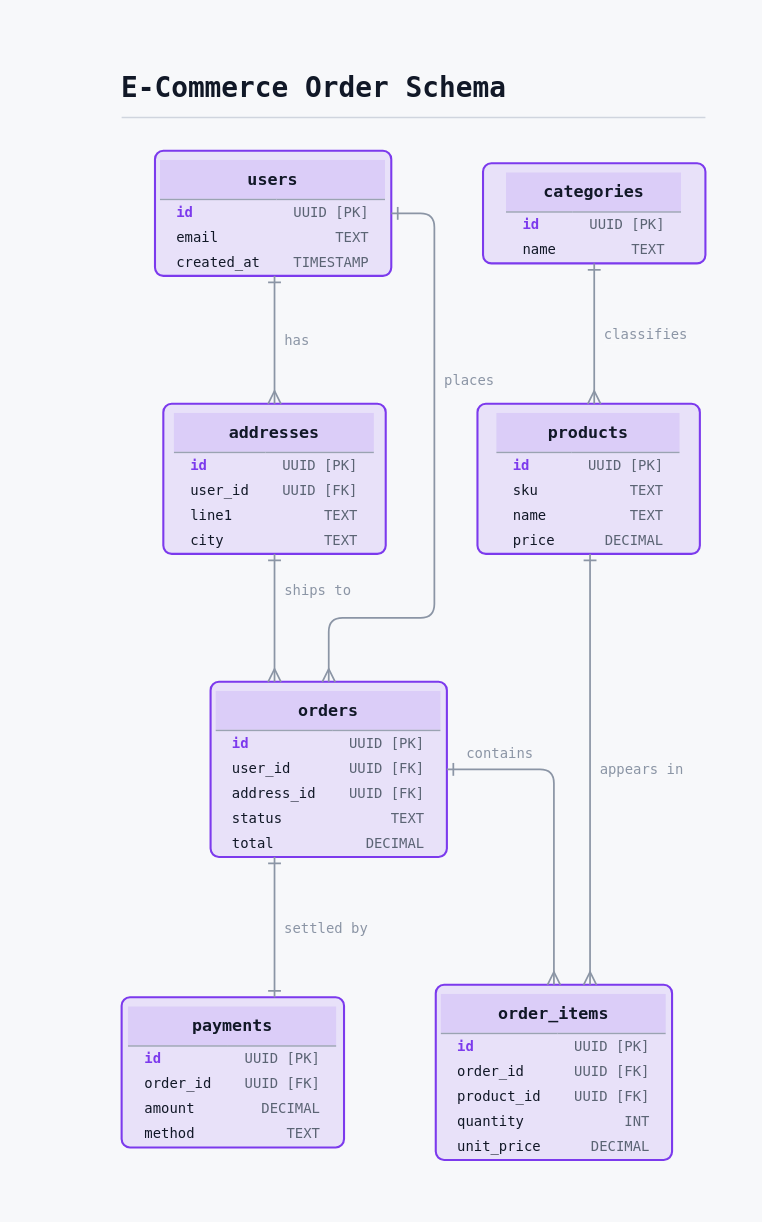
This is examples/ecommerce_erd/ecommerce_erd.drawio from rg12301/rdg, a draw.io file, before an edit. Source tidied: cells renumbered, new cells numbered last; positions are measured from the earlier drawing's top-left corner, leaving out a move shared by most shapes. Both pictures are drawn from the tidied source at 139%, with x=0, y=0 at pixel (88, 24).
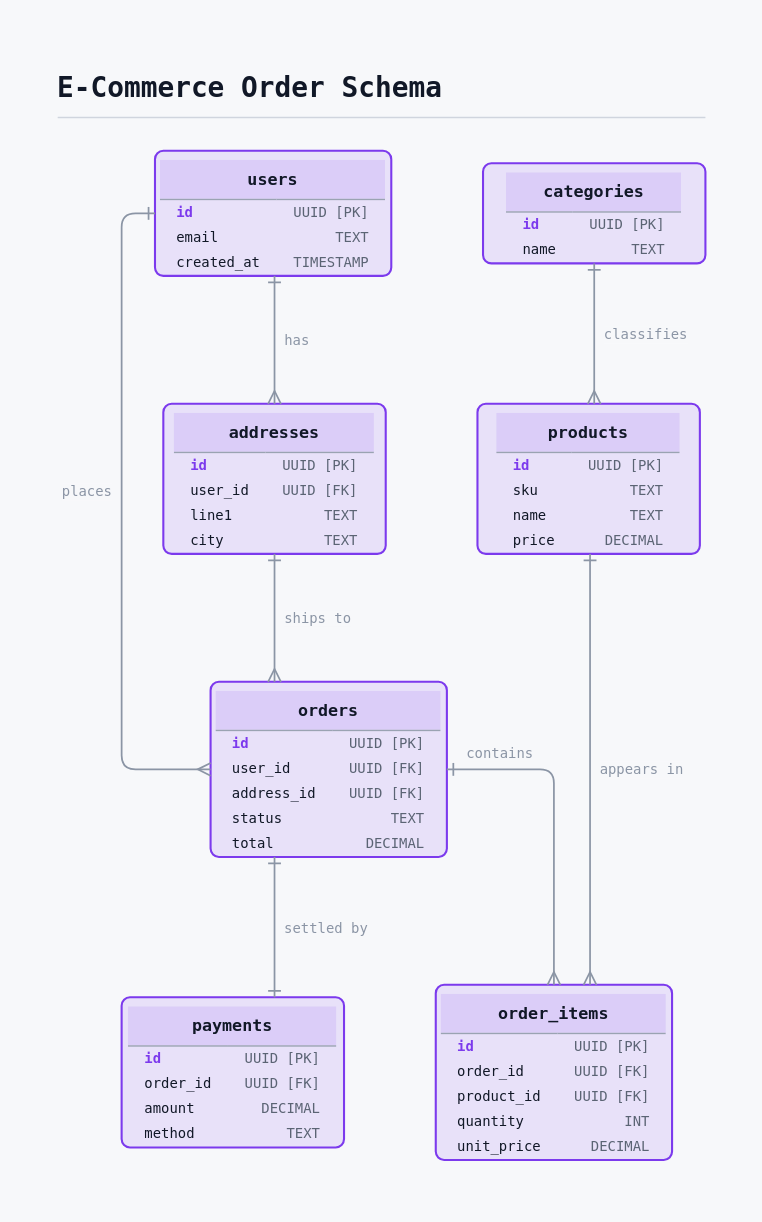
After the change.

The change refers to these unchanged cells:
```xml
<mxCell id="4" value="&lt;table style=&quot;width:100%;border-collapse:collapse;font-family:JetBrains Mono, ui-monospace, SFMono-Regular, Menlo, Consolas, monospace;line-height:1.35;&quot;&gt;&lt;tr style=&quot;background:rgba(124,58,237,0.120);&quot;&gt;&lt;td colspan=&quot;2&quot; style=&quot;padding:5.9px 12.0px;border-bottom:1px solid #9aa3b2;text-align:center;color:#111827;font-size:12px;&quot;&gt;&lt;b&gt;users&lt;/b&gt;&lt;/td&gt;&lt;/tr&gt;&lt;tr style=&quot;&quot;&gt;&lt;td  style=&quot;padding:2.2px 12.0px;text-align:left;font-family:JetBrains Mono, ui-monospace, Menlo, monospace;font-size:10px;font-weight:bold;color:#7c3aed;&quot;&gt;id&lt;/td&gt;&lt;td style=&quot;padding:2.2px 12.0px;text-align:right;color:#5b6474;font-size:10px;font-family:JetBrains Mono, ui-monospace, Menlo, monospace;&quot;&gt;UUID [PK]&lt;/td&gt;&lt;/tr&gt;&lt;tr style=&quot;&quot;&gt;&lt;td  style=&quot;padding:2.2px 12.0px;text-align:left;font-family:JetBrains Mono, ui-monospace, Menlo, monospace;font-size:10px;color:#111827;&quot;&gt;email&lt;/td&gt;&lt;td style=&quot;padding:2.2px 12.0px;text-align:right;color:#5b6474;font-size:10px;font-family:JetBrains Mono, ui-monospace, Menlo, monospace;&quot;&gt;TEXT&lt;/td&gt;&lt;/tr&gt;&lt;tr style=&quot;&quot;&gt;&lt;td  style=&quot;padding:2.2px 12.0px;text-align:left;font-family:JetBrains Mono, ui-monospace, Menlo, monospace;font-size:10px;color:#111827;&quot;&gt;created_at&lt;/td&gt;&lt;td style=&quot;padding:2.2px 12.0px;text-align:right;color:#5b6474;font-size:10px;font-family:JetBrains Mono, ui-monospace, Menlo, monospace;&quot;&gt;TIMESTAMP&lt;/td&gt;&lt;/tr&gt;&lt;/table&gt;" style="rounded=1;absoluteArcSize=1;arcSize=12;html=1;whiteSpace=wrap;fillColor=#7c3aed;fillOpacity=12;strokeColor=#7c3aed;strokeWidth=1.5;shadow=0;fontFamily=JetBrains Mono, ui-monospace, SFMono-Regular, Menlo, Consolas, monospace;fontSize=12;fontColor=#111827;fontStyle=0;align=center;verticalAlign=middle;spacingTop=4;spacingBottom=4;spacingLeft=8;spacingRight=8;spacingTop=0;spacingBottom=0;spacingLeft=0;spacingRight=0;overflow=hidden;verticalAlign=top;" parent="1" vertex="1">
  <mxGeometry x="48" y="91" width="170" height="90" as="geometry" />
</mxCell>
<mxCell id="5" value="&lt;table style=&quot;width:100%;border-collapse:collapse;font-family:JetBrains Mono, ui-monospace, SFMono-Regular, Menlo, Consolas, monospace;line-height:1.35;&quot;&gt;&lt;tr style=&quot;background:rgba(124,58,237,0.120);&quot;&gt;&lt;td colspan=&quot;2&quot; style=&quot;padding:5.9px 12.0px;border-bottom:1px solid #9aa3b2;text-align:center;color:#111827;font-size:12px;&quot;&gt;&lt;b&gt;addresses&lt;/b&gt;&lt;/td&gt;&lt;/tr&gt;&lt;tr style=&quot;&quot;&gt;&lt;td  style=&quot;padding:2.2px 12.0px;text-align:left;font-family:JetBrains Mono, ui-monospace, Menlo, monospace;font-size:10px;font-weight:bold;color:#7c3aed;&quot;&gt;id&lt;/td&gt;&lt;td style=&quot;padding:2.2px 12.0px;text-align:right;color:#5b6474;font-size:10px;font-family:JetBrains Mono, ui-monospace, Menlo, monospace;&quot;&gt;UUID [PK]&lt;/td&gt;&lt;/tr&gt;&lt;tr style=&quot;&quot;&gt;&lt;td  style=&quot;padding:2.2px 12.0px;text-align:left;font-family:JetBrains Mono, ui-monospace, Menlo, monospace;font-size:10px;color:#111827;&quot;&gt;user_id&lt;/td&gt;&lt;td style=&quot;padding:2.2px 12.0px;text-align:right;color:#5b6474;font-size:10px;font-family:JetBrains Mono, ui-monospace, Menlo, monospace;&quot;&gt;UUID [FK]&lt;/td&gt;&lt;/tr&gt;&lt;tr style=&quot;&quot;&gt;&lt;td  style=&quot;padding:2.2px 12.0px;text-align:left;font-family:JetBrains Mono, ui-monospace, Menlo, monospace;font-size:10px;color:#111827;&quot;&gt;line1&lt;/td&gt;&lt;td style=&quot;padding:2.2px 12.0px;text-align:right;color:#5b6474;font-size:10px;font-family:JetBrains Mono, ui-monospace, Menlo, monospace;&quot;&gt;TEXT&lt;/td&gt;&lt;/tr&gt;&lt;tr style=&quot;&quot;&gt;&lt;td  style=&quot;padding:2.2px 12.0px;text-align:left;font-family:JetBrains Mono, ui-monospace, Menlo, monospace;font-size:10px;color:#111827;&quot;&gt;city&lt;/td&gt;&lt;td style=&quot;padding:2.2px 12.0px;text-align:right;color:#5b6474;font-size:10px;font-family:JetBrains Mono, ui-monospace, Menlo, monospace;&quot;&gt;TEXT&lt;/td&gt;&lt;/tr&gt;&lt;/table&gt;" style="rounded=1;absoluteArcSize=1;arcSize=12;html=1;whiteSpace=wrap;fillColor=#7c3aed;fillOpacity=12;strokeColor=#7c3aed;strokeWidth=1.5;shadow=0;fontFamily=JetBrains Mono, ui-monospace, SFMono-Regular, Menlo, Consolas, monospace;fontSize=12;fontColor=#111827;fontStyle=0;align=center;verticalAlign=middle;spacingTop=4;spacingBottom=4;spacingLeft=8;spacingRight=8;spacingTop=0;spacingBottom=0;spacingLeft=0;spacingRight=0;overflow=hidden;verticalAlign=top;" parent="1" vertex="1">
  <mxGeometry x="54" y="273" width="160" height="108" as="geometry" />
</mxCell>
<mxCell id="6" value="&lt;table style=&quot;width:100%;border-collapse:collapse;font-family:JetBrains Mono, ui-monospace, SFMono-Regular, Menlo, Consolas, monospace;line-height:1.35;&quot;&gt;&lt;tr style=&quot;background:rgba(124,58,237,0.120);&quot;&gt;&lt;td colspan=&quot;2&quot; style=&quot;padding:5.9px 12.0px;border-bottom:1px solid #9aa3b2;text-align:center;color:#111827;font-size:12px;&quot;&gt;&lt;b&gt;orders&lt;/b&gt;&lt;/td&gt;&lt;/tr&gt;&lt;tr style=&quot;&quot;&gt;&lt;td  style=&quot;padding:2.2px 12.0px;text-align:left;font-family:JetBrains Mono, ui-monospace, Menlo, monospace;font-size:10px;font-weight:bold;color:#7c3aed;&quot;&gt;id&lt;/td&gt;&lt;td style=&quot;padding:2.2px 12.0px;text-align:right;color:#5b6474;font-size:10px;font-family:JetBrains Mono, ui-monospace, Menlo, monospace;&quot;&gt;UUID [PK]&lt;/td&gt;&lt;/tr&gt;&lt;tr style=&quot;&quot;&gt;&lt;td  style=&quot;padding:2.2px 12.0px;text-align:left;font-family:JetBrains Mono, ui-monospace, Menlo, monospace;font-size:10px;color:#111827;&quot;&gt;user_id&lt;/td&gt;&lt;td style=&quot;padding:2.2px 12.0px;text-align:right;color:#5b6474;font-size:10px;font-family:JetBrains Mono, ui-monospace, Menlo, monospace;&quot;&gt;UUID [FK]&lt;/td&gt;&lt;/tr&gt;&lt;tr style=&quot;&quot;&gt;&lt;td  style=&quot;padding:2.2px 12.0px;text-align:left;font-family:JetBrains Mono, ui-monospace, Menlo, monospace;font-size:10px;color:#111827;&quot;&gt;address_id&lt;/td&gt;&lt;td style=&quot;padding:2.2px 12.0px;text-align:right;color:#5b6474;font-size:10px;font-family:JetBrains Mono, ui-monospace, Menlo, monospace;&quot;&gt;UUID [FK]&lt;/td&gt;&lt;/tr&gt;&lt;tr style=&quot;&quot;&gt;&lt;td  style=&quot;padding:2.2px 12.0px;text-align:left;font-family:JetBrains Mono, ui-monospace, Menlo, monospace;font-size:10px;color:#111827;&quot;&gt;status&lt;/td&gt;&lt;td style=&quot;padding:2.2px 12.0px;text-align:right;color:#5b6474;font-size:10px;font-family:JetBrains Mono, ui-monospace, Menlo, monospace;&quot;&gt;TEXT&lt;/td&gt;&lt;/tr&gt;&lt;tr style=&quot;&quot;&gt;&lt;td  style=&quot;padding:2.2px 12.0px;text-align:left;font-family:JetBrains Mono, ui-monospace, Menlo, monospace;font-size:10px;color:#111827;&quot;&gt;total&lt;/td&gt;&lt;td style=&quot;padding:2.2px 12.0px;text-align:right;color:#5b6474;font-size:10px;font-family:JetBrains Mono, ui-monospace, Menlo, monospace;&quot;&gt;DECIMAL&lt;/td&gt;&lt;/tr&gt;&lt;/table&gt;" style="rounded=1;absoluteArcSize=1;arcSize=12;html=1;whiteSpace=wrap;fillColor=#7c3aed;fillOpacity=12;strokeColor=#7c3aed;strokeWidth=1.5;shadow=0;fontFamily=JetBrains Mono, ui-monospace, SFMono-Regular, Menlo, Consolas, monospace;fontSize=12;fontColor=#111827;fontStyle=0;align=center;verticalAlign=middle;spacingTop=4;spacingBottom=4;spacingLeft=8;spacingRight=8;spacingTop=0;spacingBottom=0;spacingLeft=0;spacingRight=0;overflow=hidden;verticalAlign=top;" parent="1" vertex="1">
  <mxGeometry x="88" y="473" width="170" height="126" as="geometry" />
</mxCell>
```

Change to the diagram source:
```diff
@@
     <mxCell id="2" style="rounded=0;fillColor=none;strokeColor=none;selectable=0;" parent="1" vertex="1">
-      <mxGeometry width="468" height="845" as="geometry" />
+      <mxGeometry x="-46" width="514" height="845" as="geometry" />
     </mxCell>
     <mxCell id="3" value="&lt;b&gt;&lt;font style=&quot;font-size:20px;color:#111827;line-height:27px;&quot;&gt;E-Commerce Order Schema&lt;/font&gt;&lt;/b&gt;" style="text;html=1;strokeColor=none;fillColor=none;align=left;verticalAlign=top;rounded=0;whiteSpace=nowrap;spacing=0;fontFamily=JetBrains Mono, ui-monospace, SFMono-Regular, Menlo, Consolas, monospace;" parent="1" vertex="1">
-      <mxGeometry x="24" y="28" width="280" height="27" as="geometry" />
+      <mxGeometry x="-22" y="28" width="280" height="27" as="geometry" />
     </mxCell>
@@
-    <mxCell id="12" value="places" style="exitX=1.00000;exitY=0.50000;exitDx=0;exitDy=0;exitPerimeter=0;entryX=0.50000;entryY=0.00000;entryDx=0;entryDy=0;entryPerimeter=0;edgeStyle=none;html=1;rounded=1;jumpStyle=arc;jumpSize=6;strokeColor=#8b95a5;strokeWidth=1.25;dashed=0;endArrow=ERmany;endFill=0;endSize=7;startArrow=ERone;startFill=0;startSize=7;labelBackgroundColor=#f7f8fa;labelBorderColor=none;fontFamily=JetBrains Mono, ui-monospace, SFMono-Regular, Menlo, Consolas, monospace;fontSize=10;fontColor=#8b95a5;" parent="1" edge="1" source="4" target="6">
-      <mxGeometry x="-0.32" y="25" relative="1" as="geometry">
+    <mxCell id="12" value="places" style="exitX=0.00000;exitY=0.50000;exitDx=0;exitDy=0;exitPerimeter=0;entryX=0.00000;entryY=0.50000;entryDx=0;entryDy=0;entryPerimeter=0;edgeStyle=none;html=1;rounded=1;jumpStyle=arc;jumpSize=6;strokeColor=#8b95a5;strokeWidth=1.25;dashed=0;endArrow=ERmany;endFill=0;endSize=7;startArrow=ERone;startFill=0;startSize=7;labelBackgroundColor=#f7f8fa;labelBorderColor=none;fontFamily=JetBrains Mono, ui-monospace, SFMono-Regular, Menlo, Consolas, monospace;fontSize=10;fontColor=#8b95a5;" parent="1" edge="1" source="4" target="6">
+      <mxGeometry x="-0.08" y="-25" relative="1" as="geometry">
         <Array as="points">
-          <mxPoint x="249" y="136" />
-          <mxPoint x="249" y="427" />
-          <mxPoint x="173" y="427" />
+          <mxPoint x="24" y="136" />
+          <mxPoint x="24" y="536" />
         </Array>
       </mxGeometry>
     </mxCell>
     <mxCell id="13" value="ships to" style="exitX=0.50000;exitY=1.00000;exitDx=0;exitDy=0;exitPerimeter=0;entryX=0.27059;entryY=0.00000;entryDx=0;entryDy=0;entryPerimeter=0;edgeStyle=none;html=1;rounded=1;jumpStyle=arc;jumpSize=6;strokeColor=#8b95a5;strokeWidth=1.25;dashed=0;endArrow=ERmany;endFill=0;endSize=7;startArrow=ERone;startFill=0;startSize=7;labelBackgroundColor=#f7f8fa;labelBorderColor=none;fontFamily=JetBrains Mono, ui-monospace, SFMono-Regular, Menlo, Consolas, monospace;fontSize=10;fontColor=#8b95a5;" parent="1" edge="1" source="5" target="6">
-      <mxGeometry x="-0.43" y="31" relative="1" as="geometry" />
+      <mxGeometry y="31" relative="1" as="geometry" />
     </mxCell>
@@
     <mxCell id="18" style="line;strokeWidth=1;strokeColor=#d0d5de;html=1;" parent="1" vertex="1">
-      <mxGeometry x="24" y="66" width="420" height="2" as="geometry" />
+      <mxGeometry x="-22" y="66" width="466" height="2" as="geometry" />
     </mxCell>
```
